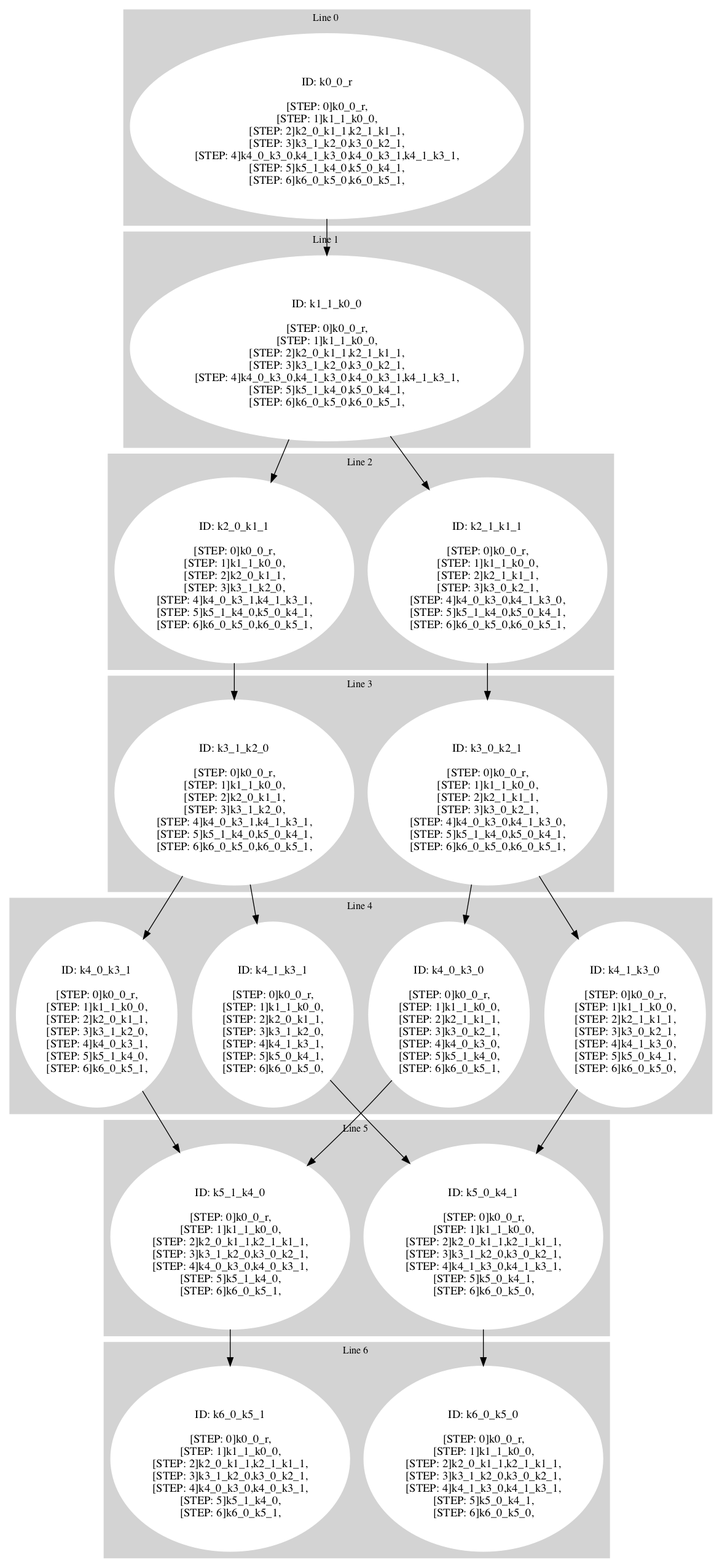
This is test_visual/filter_path0_0.png from ricardombiot/3sat_machine_original_rs, a Graphviz export, as it was before one commit. Its source is kept beside it as test_visual/filter_path0_0.dot.
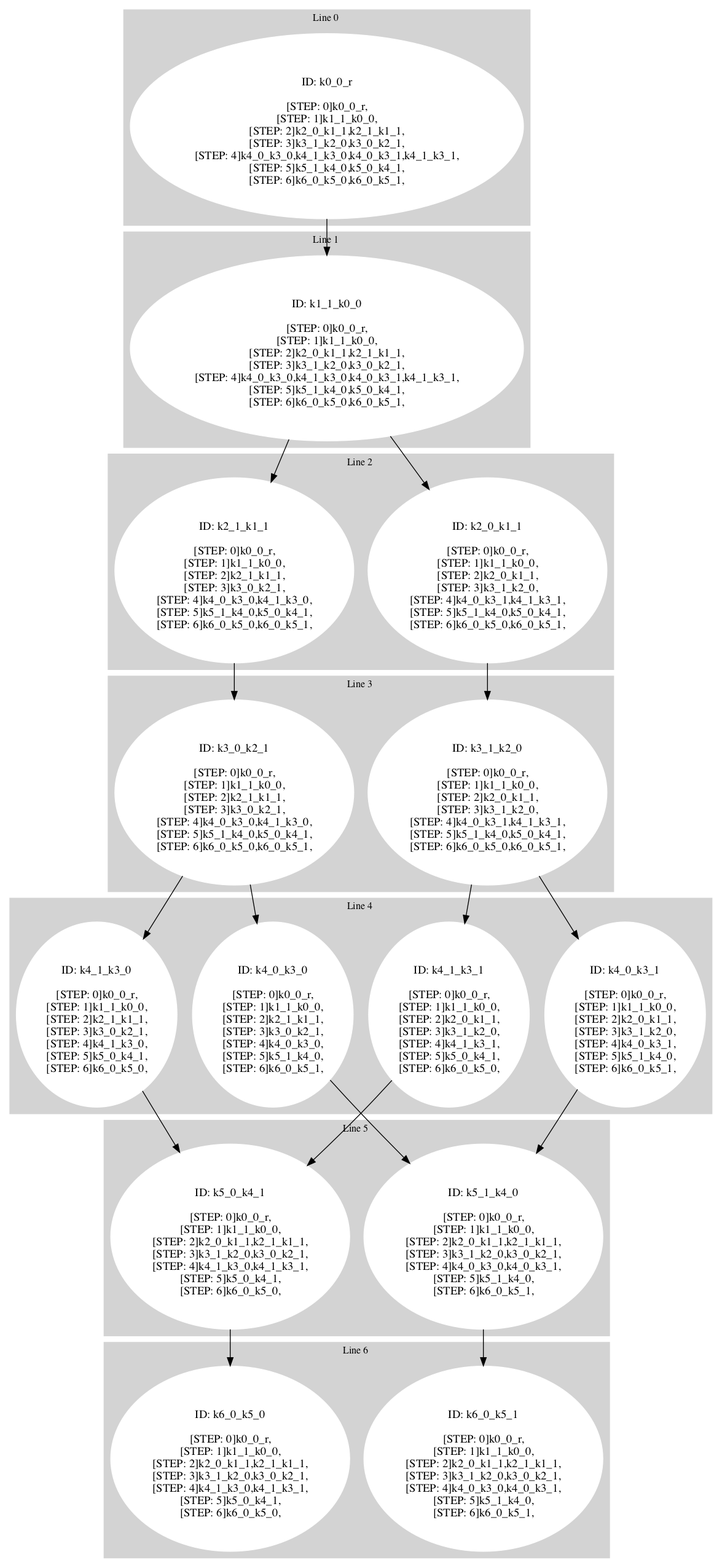
Above is the later version.

Change to the diagram source:
```diff
@@ -36,20 +36,20 @@
  style=filled;
  color=lightgrey;
      node [style=filled,color=white];
-k2_1_k1_1 [label=<<BR /> ID: k2_1_k1_1 <BR /> <BR />
+k2_0_k1_1 [label=<<BR /> ID: k2_0_k1_1 <BR /> <BR />
+[STEP: 0]k0_0_r,<BR />
+[STEP: 1]k1_1_k0_0,<BR />
+[STEP: 2]k2_0_k1_1,<BR />
+[STEP: 3]k3_1_k2_0,<BR />
+[STEP: 4]k4_0_k3_1,k4_1_k3_1,<BR />
+[STEP: 5]k5_1_k4_0,k5_0_k4_1,<BR />
+[STEP: 6]k6_0_k5_0,k6_0_k5_1,<BR />
+>]k2_1_k1_1 [label=<<BR /> ID: k2_1_k1_1 <BR /> <BR />
 [STEP: 0]k0_0_r,<BR />
 [STEP: 1]k1_1_k0_0,<BR />
 [STEP: 2]k2_1_k1_1,<BR />
 [STEP: 3]k3_0_k2_1,<BR />
 [STEP: 4]k4_0_k3_0,k4_1_k3_0,<BR />
-[STEP: 5]k5_1_k4_0,k5_0_k4_1,<BR />
-[STEP: 6]k6_0_k5_0,k6_0_k5_1,<BR />
->]k2_0_k1_1 [label=<<BR /> ID: k2_0_k1_1 <BR /> <BR />
-[STEP: 0]k0_0_r,<BR />
-[STEP: 1]k1_1_k0_0,<BR />
-[STEP: 2]k2_0_k1_1,<BR />
-[STEP: 3]k3_1_k2_0,<BR />
-[STEP: 4]k4_0_k3_1,k4_1_k3_1,<BR />
 [STEP: 5]k5_1_k4_0,k5_0_k4_1,<BR />
 [STEP: 6]k6_0_k5_0,k6_0_k5_1,<BR />
 >]
@@ -60,20 +60,20 @@
  style=filled;
  color=lightgrey;
      node [style=filled,color=white];
-k3_0_k2_1 [label=<<BR /> ID: k3_0_k2_1 <BR /> <BR />
+k3_1_k2_0 [label=<<BR /> ID: k3_1_k2_0 <BR /> <BR />
+[STEP: 0]k0_0_r,<BR />
+[STEP: 1]k1_1_k0_0,<BR />
+[STEP: 2]k2_0_k1_1,<BR />
+[STEP: 3]k3_1_k2_0,<BR />
+[STEP: 4]k4_0_k3_1,k4_1_k3_1,<BR />
+[STEP: 5]k5_1_k4_0,k5_0_k4_1,<BR />
+[STEP: 6]k6_0_k5_0,k6_0_k5_1,<BR />
+>]k3_0_k2_1 [label=<<BR /> ID: k3_0_k2_1 <BR /> <BR />
 [STEP: 0]k0_0_r,<BR />
 [STEP: 1]k1_1_k0_0,<BR />
 [STEP: 2]k2_1_k1_1,<BR />
 [STEP: 3]k3_0_k2_1,<BR />
 [STEP: 4]k4_0_k3_0,k4_1_k3_0,<BR />
-[STEP: 5]k5_1_k4_0,k5_0_k4_1,<BR />
-[STEP: 6]k6_0_k5_0,k6_0_k5_1,<BR />
->]k3_1_k2_0 [label=<<BR /> ID: k3_1_k2_0 <BR /> <BR />
-[STEP: 0]k0_0_r,<BR />
-[STEP: 1]k1_1_k0_0,<BR />
-[STEP: 2]k2_0_k1_1,<BR />
-[STEP: 3]k3_1_k2_0,<BR />
-[STEP: 4]k4_0_k3_1,k4_1_k3_1,<BR />
 [STEP: 5]k5_1_k4_0,k5_0_k4_1,<BR />
 [STEP: 6]k6_0_k5_0,k6_0_k5_1,<BR />
 >]
@@ -84,7 +84,15 @@
  style=filled;
  color=lightgrey;
      node [style=filled,color=white];
-k4_1_k3_0 [label=<<BR /> ID: k4_1_k3_0 <BR /> <BR />
+k4_0_k3_0 [label=<<BR /> ID: k4_0_k3_0 <BR /> <BR />
+[STEP: 0]k0_0_r,<BR />
+[STEP: 1]k1_1_k0_0,<BR />
+[STEP: 2]k2_1_k1_1,<BR />
+[STEP: 3]k3_0_k2_1,<BR />
+[STEP: 4]k4_0_k3_0,<BR />
+[STEP: 5]k5_1_k4_0,<BR />
+[STEP: 6]k6_0_k5_1,<BR />
+>]k4_1_k3_0 [label=<<BR /> ID: k4_1_k3_0 <BR /> <BR />
 [STEP: 0]k0_0_r,<BR />
 [STEP: 1]k1_1_k0_0,<BR />
 [STEP: 2]k2_1_k1_1,<BR />
@@ -92,14 +100,6 @@
 [STEP: 4]k4_1_k3_0,<BR />
 [STEP: 5]k5_0_k4_1,<BR />
 [STEP: 6]k6_0_k5_0,<BR />
->]k4_0_k3_0 [label=<<BR /> ID: k4_0_k3_0 <BR /> <BR />
-[STEP: 0]k0_0_r,<BR />
-[STEP: 1]k1_1_k0_0,<BR />
-[STEP: 2]k2_1_k1_1,<BR />
-[STEP: 3]k3_0_k2_1,<BR />
-[STEP: 4]k4_0_k3_0,<BR />
-[STEP: 5]k5_1_k4_0,<BR />
-[STEP: 6]k6_0_k5_1,<BR />
 >]k4_1_k3_1 [label=<<BR /> ID: k4_1_k3_1 <BR /> <BR />
 [STEP: 0]k0_0_r,<BR />
 [STEP: 1]k1_1_k0_0,<BR />
@@ -148,7 +148,15 @@
  style=filled;
  color=lightgrey;
      node [style=filled,color=white];
-k6_0_k5_1 [label=<<BR /> ID: k6_0_k5_1 <BR /> <BR />
+k6_0_k5_0 [label=<<BR /> ID: k6_0_k5_0 <BR /> <BR />
+[STEP: 0]k0_0_r,<BR />
+[STEP: 1]k1_1_k0_0,<BR />
+[STEP: 2]k2_0_k1_1,k2_1_k1_1,<BR />
+[STEP: 3]k3_1_k2_0,k3_0_k2_1,<BR />
+[STEP: 4]k4_1_k3_0,k4_1_k3_1,<BR />
+[STEP: 5]k5_0_k4_1,<BR />
+[STEP: 6]k6_0_k5_0,<BR />
+>]k6_0_k5_1 [label=<<BR /> ID: k6_0_k5_1 <BR /> <BR />
 [STEP: 0]k0_0_r,<BR />
 [STEP: 1]k1_1_k0_0,<BR />
 [STEP: 2]k2_0_k1_1,k2_1_k1_1,<BR />
@@ -156,14 +164,6 @@
 [STEP: 4]k4_0_k3_0,k4_0_k3_1,<BR />
 [STEP: 5]k5_1_k4_0,<BR />
 [STEP: 6]k6_0_k5_1,<BR />
->]k6_0_k5_0 [label=<<BR /> ID: k6_0_k5_0 <BR /> <BR />
-[STEP: 0]k0_0_r,<BR />
-[STEP: 1]k1_1_k0_0,<BR />
-[STEP: 2]k2_0_k1_1,k2_1_k1_1,<BR />
-[STEP: 3]k3_1_k2_0,k3_0_k2_1,<BR />
-[STEP: 4]k4_1_k3_0,k4_1_k3_1,<BR />
-[STEP: 5]k5_0_k4_1,<BR />
-[STEP: 6]k6_0_k5_0,<BR />
 >]
      fontsize="12"
      label = "Line 6 "
@@ -171,14 +171,14 @@
 k0_0_r -> k1_1_k0_0
 k1_1_k0_0 -> k2_1_k1_1
 k1_1_k0_0 -> k2_0_k1_1
+k2_0_k1_1 -> k3_1_k2_0
 k2_1_k1_1 -> k3_0_k2_1
-k2_0_k1_1 -> k3_1_k2_0
+k3_1_k2_0 -> k4_1_k3_1
+k3_1_k2_0 -> k4_0_k3_1
+k3_0_k2_1 -> k4_0_k3_0
 k3_0_k2_1 -> k4_1_k3_0
-k3_0_k2_1 -> k4_0_k3_0
-k3_1_k2_0 -> k4_0_k3_1
-k3_1_k2_0 -> k4_1_k3_1
+k4_0_k3_0 -> k5_1_k4_0
 k4_1_k3_0 -> k5_0_k4_1
-k4_0_k3_0 -> k5_1_k4_0
 k4_1_k3_1 -> k5_0_k4_1
 k4_0_k3_1 -> k5_1_k4_0
 k5_1_k4_0 -> k6_0_k5_1
```
